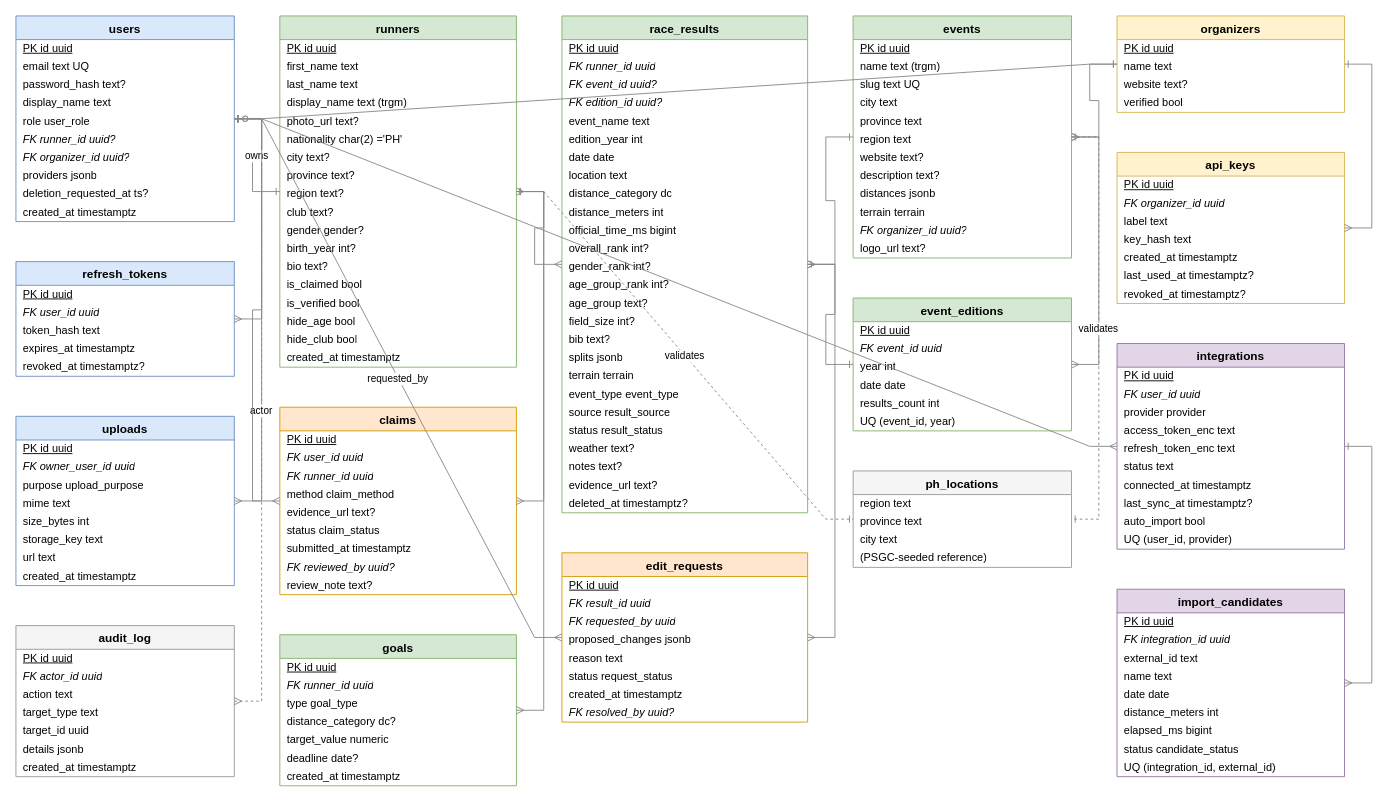
Earlier version of the draw.io diagram db-diagram.drawio (ferminejc/rekord-api). Source tidied: cells renumbered, new cells numbered last; positions are measured from the earlier drawing's top-left corner, leaving out a move shared by most shapes. Both pictures are drawn from the tidied source at 91%, with x=0, y=0 at pixel (15, 15).
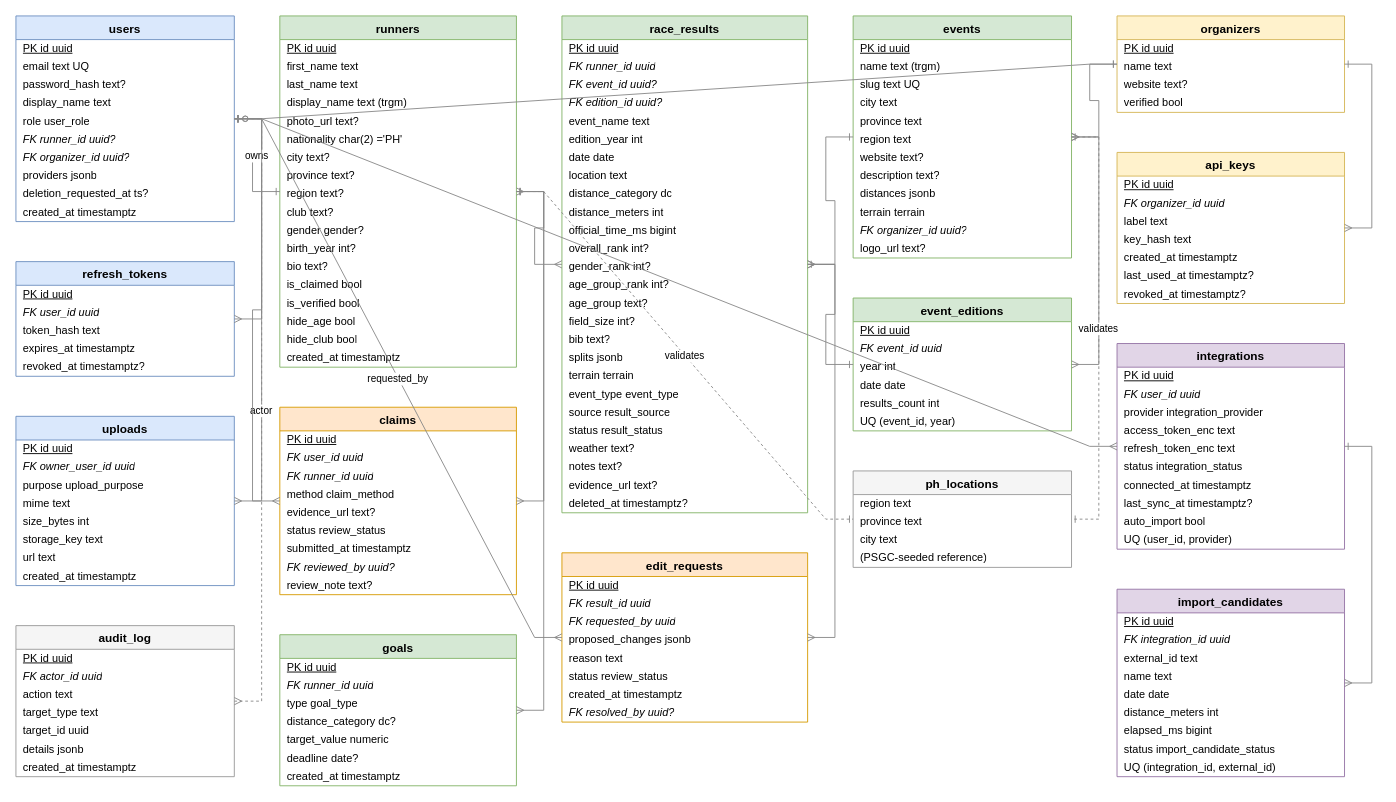
The same diagram, later.

Unchanged cells that the change refers to:
```xml
<mxCell id="55" value="claims" style="swimlane;fontStyle=1;align=center;verticalAlign=top;horizontal=1;startSize=26;rounded=0;fillColor=#ffe6cc;strokeColor=#d79b00;swimlaneFillColor=#ffffff;fontSize=13;" parent="1" vertex="1">
  <mxGeometry x="290" y="430" width="260" height="206" as="geometry" />
</mxCell>
<mxCell id="100" value="edit_requests" style="swimlane;fontStyle=1;align=center;verticalAlign=top;horizontal=1;startSize=26;rounded=0;fillColor=#ffe6cc;strokeColor=#d79b00;swimlaneFillColor=#ffffff;fontSize=13;" parent="1" vertex="1">
  <mxGeometry x="600" y="590" width="270" height="186" as="geometry" />
</mxCell>
<mxCell id="147" value="integrations" style="swimlane;fontStyle=1;align=center;verticalAlign=top;horizontal=1;startSize=26;rounded=0;fillColor=#e1d5e7;strokeColor=#9673a6;swimlaneFillColor=#ffffff;fontSize=13;" parent="1" vertex="1">
  <mxGeometry x="1210" y="360" width="250" height="226" as="geometry" />
</mxCell>
<mxCell id="158" value="import_candidates" style="swimlane;fontStyle=1;align=center;verticalAlign=top;horizontal=1;startSize=26;rounded=0;fillColor=#e1d5e7;strokeColor=#9673a6;swimlaneFillColor=#ffffff;fontSize=13;" parent="1" vertex="1">
  <mxGeometry x="1210" y="630" width="250" height="206" as="geometry" />
</mxCell>
```

The edit, as a diff of the source:
```diff
@@
-    <mxCell id="61" value="status claim_status" style="text;strokeColor=none;fillColor=none;align=left;verticalAlign=middle;spacingLeft=6;spacingRight=4;overflow=hidden;whiteSpace=wrap;html=1;fontSize=12;fontStyle=0;" parent="55" vertex="1">
+    <mxCell id="61" value="status review_status" style="text;strokeColor=none;fillColor=none;align=left;verticalAlign=middle;spacingLeft=6;spacingRight=4;overflow=hidden;whiteSpace=wrap;html=1;fontSize=12;fontStyle=0;" parent="55" vertex="1">
       <mxGeometry y="126" width="260" height="20" as="geometry" />
     </mxCell>
@@
-    <mxCell id="106" value="status request_status" style="text;strokeColor=none;fillColor=none;align=left;verticalAlign=middle;spacingLeft=6;spacingRight=4;overflow=hidden;whiteSpace=wrap;html=1;fontSize=12;fontStyle=0;" parent="100" vertex="1">
+    <mxCell id="106" value="status review_status" style="text;strokeColor=none;fillColor=none;align=left;verticalAlign=middle;spacingLeft=6;spacingRight=4;overflow=hidden;whiteSpace=wrap;html=1;fontSize=12;fontStyle=0;" parent="100" vertex="1">
       <mxGeometry y="126" width="270" height="20" as="geometry" />
     </mxCell>
@@
-    <mxCell id="150" value="provider provider" style="text;strokeColor=none;fillColor=none;align=left;verticalAlign=middle;spacingLeft=6;spacingRight=4;overflow=hidden;whiteSpace=wrap;html=1;fontSize=12;fontStyle=0;" parent="147" vertex="1">
+    <mxCell id="150" value="provider integration_provider" style="text;strokeColor=none;fillColor=none;align=left;verticalAlign=middle;spacingLeft=6;spacingRight=4;overflow=hidden;whiteSpace=wrap;html=1;fontSize=12;fontStyle=0;" parent="147" vertex="1">
       <mxGeometry y="66" width="250" height="20" as="geometry" />
     </mxCell>
@@
-    <mxCell id="153" value="status text" style="text;strokeColor=none;fillColor=none;align=left;verticalAlign=middle;spacingLeft=6;spacingRight=4;overflow=hidden;whiteSpace=wrap;html=1;fontSize=12;fontStyle=0;" parent="147" vertex="1">
+    <mxCell id="153" value="status integration_status" style="text;strokeColor=none;fillColor=none;align=left;verticalAlign=middle;spacingLeft=6;spacingRight=4;overflow=hidden;whiteSpace=wrap;html=1;fontSize=12;fontStyle=0;" parent="147" vertex="1">
       <mxGeometry y="126" width="250" height="20" as="geometry" />
     </mxCell>
@@
-    <mxCell id="166" value="status candidate_status" style="text;strokeColor=none;fillColor=none;align=left;verticalAlign=middle;spacingLeft=6;spacingRight=4;overflow=hidden;whiteSpace=wrap;html=1;fontSize=12;fontStyle=0;" parent="158" vertex="1">
+    <mxCell id="166" value="status import_candidate_status" style="text;strokeColor=none;fillColor=none;align=left;verticalAlign=middle;spacingLeft=6;spacingRight=4;overflow=hidden;whiteSpace=wrap;html=1;fontSize=12;fontStyle=0;" parent="158" vertex="1">
       <mxGeometry y="166" width="250" height="20" as="geometry" />
     </mxCell>
```
